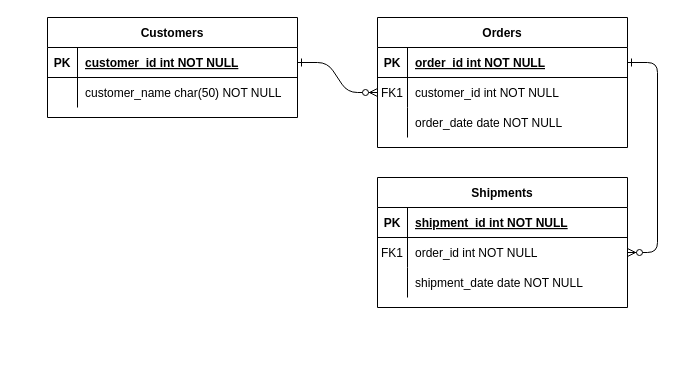
This is Untitled Diagram.drawio from MVBieto/ElectronicsStore, a draw.io file, before an edit. Source tidied: cells renumbered, new cells numbered last; positions are measured from the earlier drawing's top-left corner, leaving out a move shared by most shapes. Both pictures are drawn from the tidied source at 100%, with x=0, y=0 at pixel (47, 17).
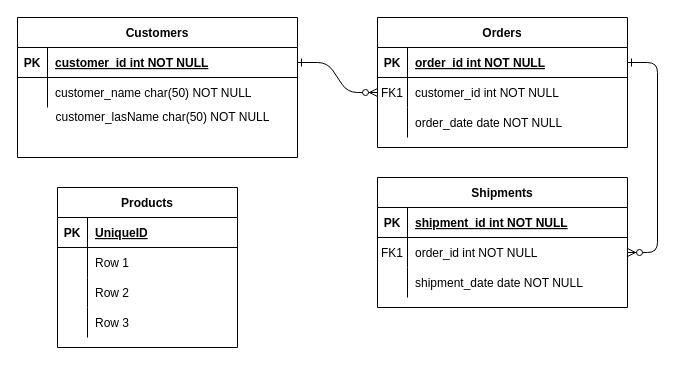
The same diagram, later.

The edit, as a diff of the source:
```diff
@@
     <mxCell id="24" value="Customers" style="shape=table;startSize=30;childLayout=tableLayout;rowLines=0;fontStyle=1;align=center;" parent="1" vertex="1">
-      <mxGeometry width="250" height="100" as="geometry" />
+      <mxGeometry x="-30" width="280" height="140" as="geometry" />
     </mxCell>
     <mxCell id="25" style="shape=partialRectangle;fillColor=none;points=[[0,0.5],[1,0.5]];portConstraint=eastwest;top=0;left=0;right=0;bottom=1;" parent="24" vertex="1">
-      <mxGeometry y="30" width="250" height="30" as="geometry" />
+      <mxGeometry y="30" width="280" height="30" as="geometry" />
     </mxCell>
@@
     <mxCell id="27" value="customer_id int NOT NULL " style="shape=partialRectangle;overflow=hidden;fillColor=none;top=0;left=0;bottom=0;right=0;align=left;spacingLeft=6;fontStyle=5;" parent="25" vertex="1">
-      <mxGeometry x="30" width="220" height="30" as="geometry" />
+      <mxGeometry x="30" width="250" height="30" as="geometry" />
     </mxCell>
     <mxCell id="28" style="shape=partialRectangle;fillColor=none;top=0;left=0;right=0;bottom=0;" parent="24" vertex="1">
-      <mxGeometry y="60" width="250" height="30" as="geometry" />
+      <mxGeometry y="60" width="280" height="30" as="geometry" />
     </mxCell>
@@
     <mxCell id="30" value="customer_name char(50) NOT NULL" style="shape=partialRectangle;overflow=hidden;fillColor=none;top=0;left=0;bottom=0;right=0;align=left;spacingLeft=6;" parent="28" vertex="1">
-      <mxGeometry x="30" width="220" height="30" as="geometry" />
+      <mxGeometry x="30" width="250" height="30" as="geometry" />
     </mxCell>
+    <mxCell id="31" value="Products" style="shape=table;startSize=30;childLayout=tableLayout;rowLines=0;fontStyle=1;align=center;" parent="1" vertex="1">
+      <mxGeometry x="10" y="170" width="180" height="160" as="geometry" />
+    </mxCell>
+    <mxCell id="32" style="shape=partialRectangle;fillColor=none;top=0;left=0;bottom=1;right=0;" parent="31" vertex="1">
+      <mxGeometry y="30" width="180" height="30" as="geometry" />
+    </mxCell>
+    <mxCell id="33" value="PK" style="shape=partialRectangle;fillColor=none;top=0;left=0;bottom=0;right=0;fontStyle=1;overflow=hidden;" parent="32" vertex="1">
+      <mxGeometry width="30" height="30" as="geometry" />
+    </mxCell>
+    <mxCell id="34" value="UniqueID" style="shape=partialRectangle;fillColor=none;top=0;left=0;bottom=0;right=0;align=left;spacingLeft=6;fontStyle=5;overflow=hidden;" parent="32" vertex="1">
+      <mxGeometry x="30" width="150" height="30" as="geometry" />
+    </mxCell>
+    <mxCell id="35" style="shape=partialRectangle;fillColor=none;top=0;left=0;bottom=0;right=0;" parent="31" vertex="1">
+      <mxGeometry y="60" width="180" height="30" as="geometry" />
+    </mxCell>
+    <mxCell id="36" style="shape=partialRectangle;fillColor=none;top=0;left=0;bottom=0;right=0;overflow=hidden;" parent="35" vertex="1">
+      <mxGeometry width="30" height="30" as="geometry" />
+    </mxCell>
+    <mxCell id="37" value="Row 1" style="shape=partialRectangle;fillColor=none;top=0;left=0;bottom=0;right=0;align=left;spacingLeft=6;overflow=hidden;" parent="35" vertex="1">
+      <mxGeometry x="30" width="150" height="30" as="geometry" />
+    </mxCell>
+    <mxCell id="38" style="shape=partialRectangle;fillColor=none;top=0;left=0;bottom=0;right=0;" parent="31" vertex="1">
+      <mxGeometry y="90" width="180" height="30" as="geometry" />
+    </mxCell>
+    <mxCell id="39" style="shape=partialRectangle;fillColor=none;top=0;left=0;bottom=0;right=0;overflow=hidden;" parent="38" vertex="1">
+      <mxGeometry width="30" height="30" as="geometry" />
+    </mxCell>
+    <mxCell id="40" value="Row 2" style="shape=partialRectangle;fillColor=none;top=0;left=0;bottom=0;right=0;align=left;spacingLeft=6;overflow=hidden;" parent="38" vertex="1">
+      <mxGeometry x="30" width="150" height="30" as="geometry" />
+    </mxCell>
+    <mxCell id="41" style="shape=partialRectangle;fillColor=none;top=0;left=0;bottom=0;right=0;" parent="31" vertex="1">
+      <mxGeometry y="120" width="180" height="30" as="geometry" />
+    </mxCell>
+    <mxCell id="42" style="shape=partialRectangle;fillColor=none;top=0;left=0;bottom=0;right=0;overflow=hidden;" parent="41" vertex="1">
+      <mxGeometry width="30" height="30" as="geometry" />
+    </mxCell>
+    <mxCell id="43" value="Row 3" style="shape=partialRectangle;fillColor=none;top=0;left=0;bottom=0;right=0;align=left;spacingLeft=6;overflow=hidden;" parent="41" vertex="1">
+      <mxGeometry x="30" width="150" height="30" as="geometry" />
+    </mxCell>
+    <mxCell id="44" value="&amp;nbsp; &amp;nbsp;customer_lasName char(50) NOT NULL" style="text;html=1;align=center;verticalAlign=middle;" parent="1" vertex="1">
+      <mxGeometry x="-10" y="90" width="240" height="20" as="geometry" />
+    </mxCell>
```
